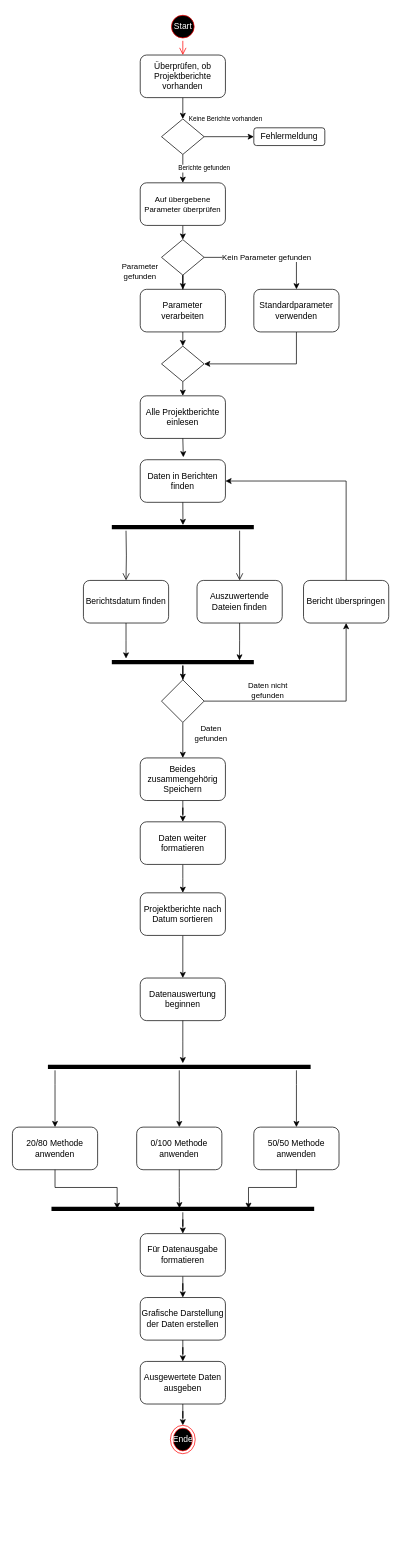
Earlier version of the draw.io diagram activity.drawio (INKSec/Diagramme). Source tidied: cells renumbered, new cells numbered last; positions are measured from the earlier drawing's top-left corner, leaving out a move shared by most shapes. Both pictures are drawn from the tidied source at 71%, with x=0, y=0 at pixel (12, 12).
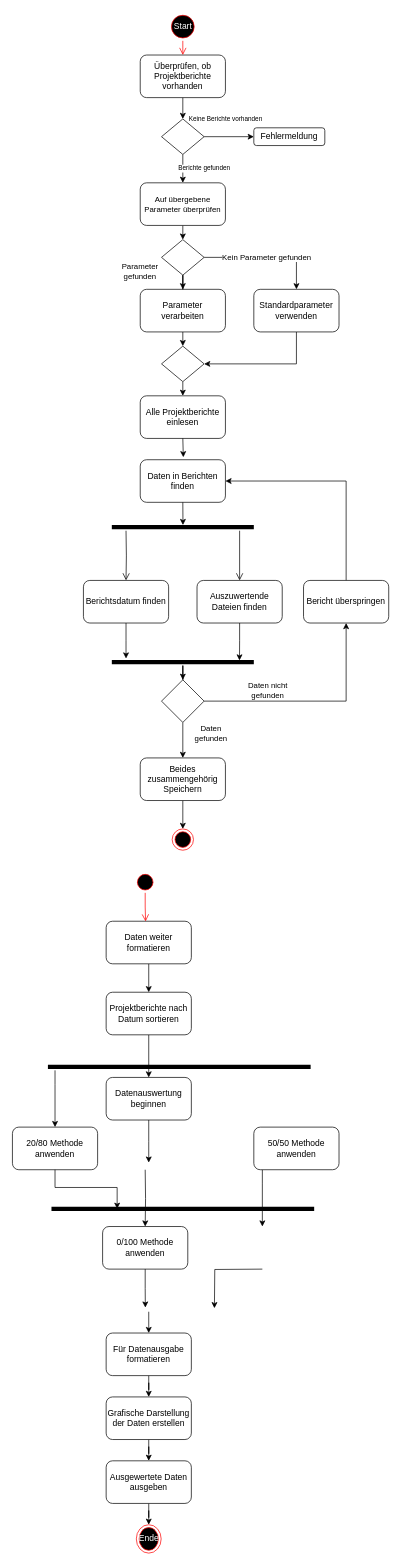
Above is the later version.

Commit message:
activity.drawio split into two parts

Unchanged cells that the change refers to:
```xml
<mxCell id="36" value="Beides zusammengehörig Speichern" style="rounded=1;whiteSpace=wrap;html=1;" parent="1" vertex="1">
  <mxGeometry x="180" y="1050" width="120" height="60" as="geometry" />
</mxCell>
<mxCell id="48" style="shape=line;html=1;strokeWidth=6;strokeColor=#000000;" parent="1" vertex="1">
  <mxGeometry x="50" y="1480" width="370" height="10" as="geometry" />
</mxCell>
<mxCell id="51" value="50/50 Methode anwenden" style="rounded=1;whiteSpace=wrap;html=1;" parent="1" vertex="1">
  <mxGeometry x="340" y="1570" width="120" height="60" as="geometry" />
</mxCell>
<mxCell id="54" style="shape=line;html=1;strokeWidth=6;strokeColor=#000000;" parent="1" vertex="1">
  <mxGeometry x="55" y="1680" width="370" height="10" as="geometry" />
</mxCell>
```

What changed in the source:
```diff
@@
-    <mxCell id="35" style="edgeStyle=orthogonalEdgeStyle;rounded=0;jettySize=auto;html=1;entryX=0.5;entryY=0;entryDx=0;entryDy=0;" parent="1" edge="1" source="36" target="38">
-      <mxGeometry relative="1" as="geometry" />
-    </mxCell>
+    <mxCell id="69" style="edgeStyle=orthogonalEdgeStyle;rounded=0;jettySize=auto;html=1;entryX=0.5;entryY=0;entryDx=0;entryDy=0;" parent="1" edge="1" source="36" target="70">
+      <mxGeometry relative="1" as="geometry" />
+    </mxCell>
@@
     <mxCell id="37" style="edgeStyle=orthogonalEdgeStyle;rounded=0;jettySize=auto;html=1;exitX=0.5;exitY=1;exitDx=0;exitDy=0;" parent="1" edge="1" source="38">
       <mxGeometry relative="1" as="geometry">
-        <mxPoint x="240" y="1240" as="targetPoint" />
+        <mxPoint x="192" y="1380" as="targetPoint" />
       </mxGeometry>
     </mxCell>
     <mxCell id="38" value="Daten weiter formatieren" style="rounded=1;whiteSpace=wrap;html=1;" parent="1" vertex="1">
-      <mxGeometry x="180" y="1140" width="120" height="60" as="geometry" />
+      <mxGeometry x="132" y="1280" width="120" height="60" as="geometry" />
     </mxCell>
     <mxCell id="39" value="Datenauswertung beginnen" style="rounded=1;whiteSpace=wrap;html=1;" parent="1" vertex="1">
-      <mxGeometry x="180" y="1360" width="120" height="60" as="geometry" />
+      <mxGeometry x="132" y="1500" width="120" height="60" as="geometry" />
     </mxCell>
@@
-    <mxCell id="46" style="edgeStyle=orthogonalEdgeStyle;rounded=0;jettySize=auto;html=1;" parent="1" edge="1" source="48">
+    <mxCell id="46" style="edgeStyle=orthogonalEdgeStyle;rounded=0;orthogonalLoop=1;jettySize=auto;html=1;" parent="1" edge="1">
       <mxGeometry relative="1" as="geometry">
-        <mxPoint x="400" y="1570" as="targetPoint" />
+        <mxPoint x="352" y="1630" as="sourcePoint" />
+        <mxPoint x="352" y="1710" as="targetPoint" />
         <Array as="points">
-          <mxPoint x="400" y="1510" />
-          <mxPoint x="400" y="1510" />
+          <mxPoint x="352" y="1650" />
+          <mxPoint x="352" y="1650" />
         </Array>
       </mxGeometry>
     </mxCell>
-    <mxCell id="47" style="edgeStyle=orthogonalEdgeStyle;rounded=0;jettySize=auto;html=1;" parent="1" edge="1" source="48" target="52">
-      <mxGeometry relative="1" as="geometry" />
+    <mxCell id="47" style="edgeStyle=orthogonalEdgeStyle;rounded=0;jettySize=auto;html=1;" parent="1" edge="1" target="52">
+      <mxGeometry relative="1" as="geometry">
+        <mxPoint x="187" y="1630" as="sourcePoint" />
+      </mxGeometry>
     </mxCell>
@@
     <mxCell id="49" style="edgeStyle=orthogonalEdgeStyle;rounded=0;jettySize=auto;html=1;" parent="1" edge="1" source="39">
       <mxGeometry relative="1" as="geometry">
-        <mxPoint x="240" y="1480" as="targetPoint" />
+        <mxPoint x="192" y="1620" as="targetPoint" />
       </mxGeometry>
     </mxCell>
@@
     <mxCell id="52" value="0/100 Methode anwenden" style="rounded=1;whiteSpace=wrap;html=1;" parent="1" vertex="1">
-      <mxGeometry x="175" y="1570" width="120" height="60" as="geometry" />
+      <mxGeometry x="127" y="1710" width="120" height="60" as="geometry" />
     </mxCell>
-    <mxCell id="53" style="edgeStyle=orthogonalEdgeStyle;rounded=0;jettySize=auto;html=1;entryX=0.5;entryY=0;entryDx=0;entryDy=0;" parent="1" edge="1" source="54" target="59">
-      <mxGeometry relative="1" as="geometry" />
+    <mxCell id="53" style="edgeStyle=orthogonalEdgeStyle;rounded=0;jettySize=auto;html=1;entryX=0.5;entryY=0;entryDx=0;entryDy=0;" parent="1" edge="1" target="59">
+      <mxGeometry relative="1" as="geometry">
+        <mxPoint x="192" y="1830" as="sourcePoint" />
+      </mxGeometry>
     </mxCell>
@@
-    <mxCell id="56" style="edgeStyle=orthogonalEdgeStyle;rounded=0;jettySize=auto;html=1;entryX=0.487;entryY=0.425;entryDx=0;entryDy=0;entryPerimeter=0;" parent="1" edge="1" source="52" target="54">
-      <mxGeometry relative="1" as="geometry" />
+    <mxCell id="56" style="edgeStyle=orthogonalEdgeStyle;rounded=0;jettySize=auto;html=1;entryX=0.487;entryY=0.425;entryDx=0;entryDy=0;entryPerimeter=0;" parent="1" edge="1" source="52">
+      <mxGeometry relative="1" as="geometry">
+        <mxPoint x="187.2" y="1824.2" as="targetPoint" />
+      </mxGeometry>
     </mxCell>
-    <mxCell id="57" style="edgeStyle=orthogonalEdgeStyle;rounded=0;jettySize=auto;html=1;entryX=0.75;entryY=0.5;entryDx=0;entryDy=0;entryPerimeter=0;" parent="1" edge="1" source="51" target="54">
-      <mxGeometry relative="1" as="geometry" />
+    <mxCell id="57" style="edgeStyle=orthogonalEdgeStyle;rounded=0;orthogonalLoop=1;jettySize=auto;html=1;entryX=0.75;entryY=0.5;entryDx=0;entryDy=0;entryPerimeter=0;" parent="1" edge="1">
+      <mxGeometry relative="1" as="geometry">
+        <mxPoint x="352" y="1770" as="sourcePoint" />
+        <mxPoint x="284.5" y="1825" as="targetPoint" />
+      </mxGeometry>
     </mxCell>
@@
     <mxCell id="59" value="Für Datenausgabe formatieren" style="rounded=1;whiteSpace=wrap;html=1;" parent="1" vertex="1">
-      <mxGeometry x="180" y="1720" width="120" height="60" as="geometry" />
+      <mxGeometry x="132" y="1860" width="120" height="60" as="geometry" />
     </mxCell>
@@
     <mxCell id="61" value="Grafische Darstellung der Daten erstellen" style="rounded=1;whiteSpace=wrap;html=1;" parent="1" vertex="1">
-      <mxGeometry x="180" y="1810" width="120" height="60" as="geometry" />
+      <mxGeometry x="132" y="1950" width="120" height="60" as="geometry" />
     </mxCell>
@@
     <mxCell id="63" value="Ausgewertete Daten ausgeben" style="rounded=1;whiteSpace=wrap;html=1;" parent="1" vertex="1">
-      <mxGeometry x="180" y="1900" width="120" height="60" as="geometry" />
+      <mxGeometry x="132" y="2040" width="120" height="60" as="geometry" />
     </mxCell>
@@
     <mxCell id="65" value="Projektberichte nach Datum sortieren" style="rounded=1;whiteSpace=wrap;html=1;" parent="1" vertex="1">
-      <mxGeometry x="180" y="1240" width="120" height="60" as="geometry" />
+      <mxGeometry x="132" y="1380" width="120" height="60" as="geometry" />
     </mxCell>
     <mxCell id="66" value="Ende" style="ellipse;html=1;shape=endState;fillColor=#000000;strokeColor=#ff0000;fontColor=#FFFFFF;" parent="1" vertex="1">
-      <mxGeometry x="222.5" y="1990" width="35" height="40" as="geometry" />
+      <mxGeometry x="174.5" y="2130" width="35" height="40" as="geometry" />
     </mxCell>
@@
+    <mxCell id="70" style="ellipse;html=1;shape=endState;fillColor=#000000;strokeColor=#ff0000;" parent="1" vertex="1">
+      <mxGeometry x="225" y="1150" width="30" height="30" as="geometry" />
+    </mxCell>
+    <mxCell id="71" style="ellipse;html=1;shape=startState;fillColor=#000000;strokeColor=#ff0000;" parent="1" vertex="1">
+      <mxGeometry x="172" y="1210" width="30" height="30" as="geometry" />
+    </mxCell>
+    <mxCell id="72" style="edgeStyle=orthogonalEdgeStyle;html=1;verticalAlign=bottom;endArrow=open;endSize=8;strokeColor=#ff0000;rounded=0;entryX=0.463;entryY=0.007;entryDx=0;entryDy=0;entryPerimeter=0;" parent="1" edge="1" source="71" target="38">
+      <mxGeometry relative="1" as="geometry" />
+    </mxCell>
```
